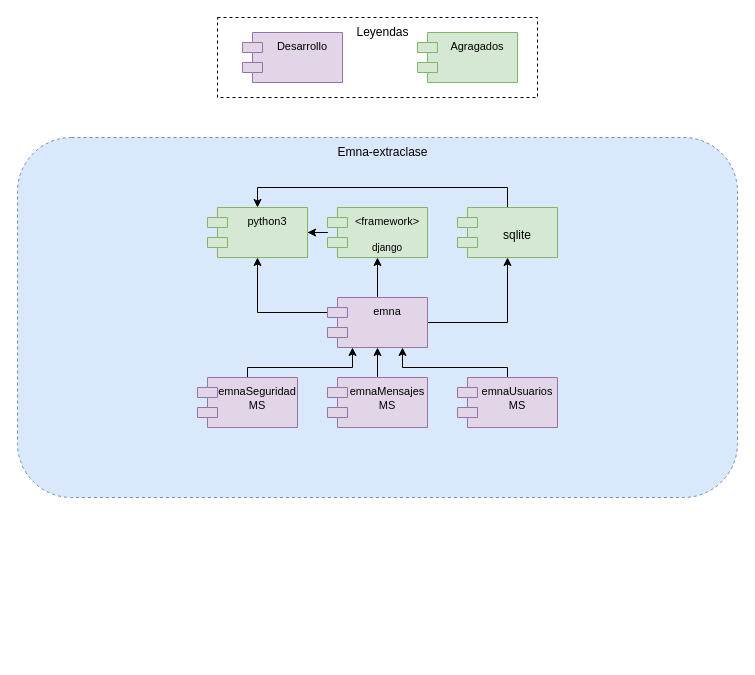
Earlier version of the draw.io diagram page "Modelo Componentes" (8 of 9) of ExtraClase/Modelo.drawio (shesho22/IS2). Source tidied: cells renumbered, new cells numbered last; positions are measured from the earlier drawing's top-left corner, leaving out a move shared by most shapes. Both pictures are drawn from the tidied source at 100%, with x=0, y=0 at pixel (17, 17).
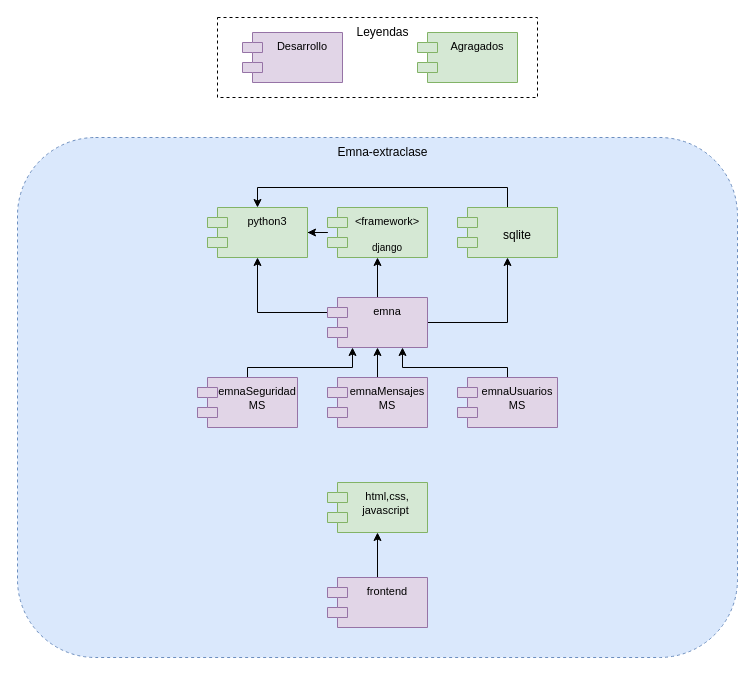
After the change.

What changed in the source:
```diff
@@
     <mxCell id="3" style="rounded=1;whiteSpace=wrap;html=1;dashed=1;fillColor=#dae8fc;strokeColor=#6c8ebf;" parent="1" vertex="1">
-      <mxGeometry y="120" width="720" height="360" as="geometry" />
+      <mxGeometry y="120" width="720" height="520" as="geometry" />
     </mxCell>
@@
+    <mxCell id="23" value="&lt;span style=&quot;font-size: 11px;&quot;&gt;html,css,&lt;/span&gt;&lt;div&gt;&lt;span style=&quot;font-size: 11px;&quot;&gt;j&lt;/span&gt;&lt;span style=&quot;font-size: 11px; background-color: initial;&quot;&gt;avascript&amp;nbsp;&lt;/span&gt;&lt;/div&gt;" style="shape=module;align=left;spacingLeft=20;align=center;verticalAlign=top;whiteSpace=wrap;html=1;fillColor=#d5e8d4;strokeColor=#82b366;" parent="1" vertex="1">
+      <mxGeometry x="310" y="465" width="100" height="50" as="geometry" />
+    </mxCell>
+    <mxCell id="24" style="edgeStyle=orthogonalEdgeStyle;rounded=0;jettySize=auto;html=1;" parent="1" edge="1" source="25" target="23">
+      <mxGeometry relative="1" as="geometry" />
+    </mxCell>
+    <mxCell id="25" value="&lt;span style=&quot;font-size: 11px;&quot;&gt;frontend&lt;/span&gt;" style="shape=module;align=left;spacingLeft=20;align=center;verticalAlign=top;whiteSpace=wrap;html=1;fillColor=#e1d5e7;strokeColor=#9673a6;" parent="1" vertex="1">
+      <mxGeometry x="310" y="560" width="100" height="50" as="geometry" />
+    </mxCell>
```
